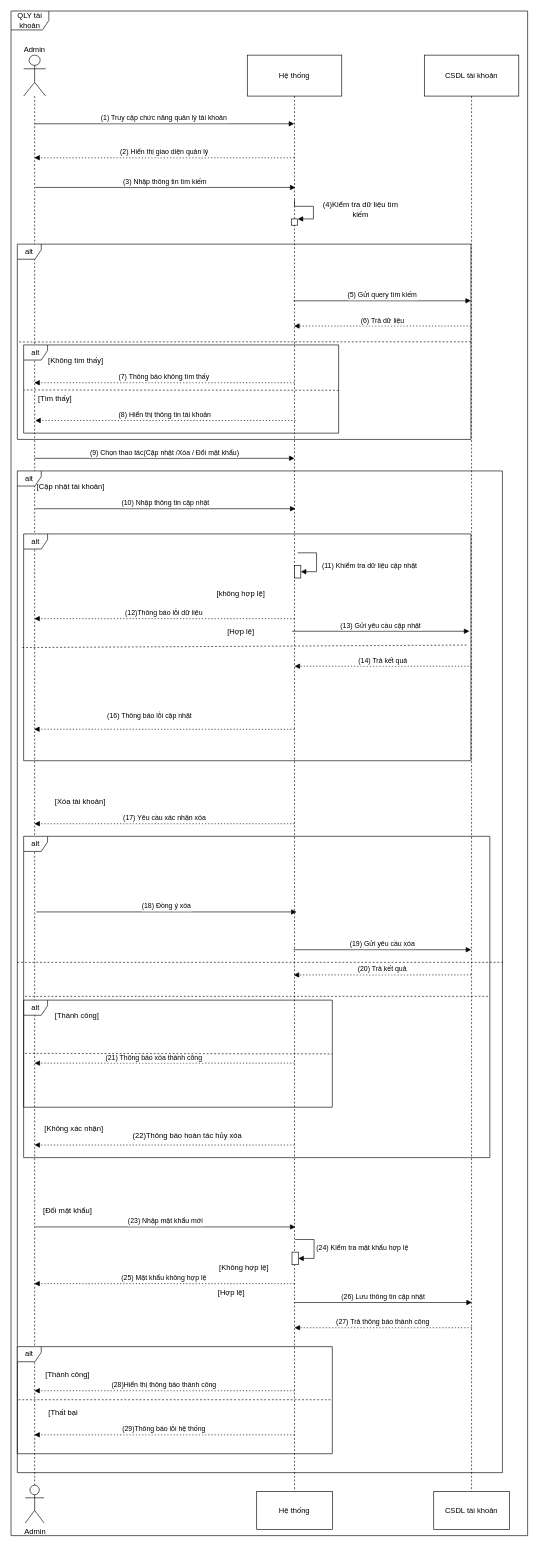
Above: QuanLyTaiKhoan_sequence.drawio in hoangda24312/Group4-DesigningSystem (draw.io), before the change. Source tidied: cells renumbered, new cells numbered last; positions are measured from the earlier drawing's top-left corner, leaving out a move shared by most shapes. Both pictures are drawn from the tidied source at 63%, with x=0, y=0 at pixel (11, 11).
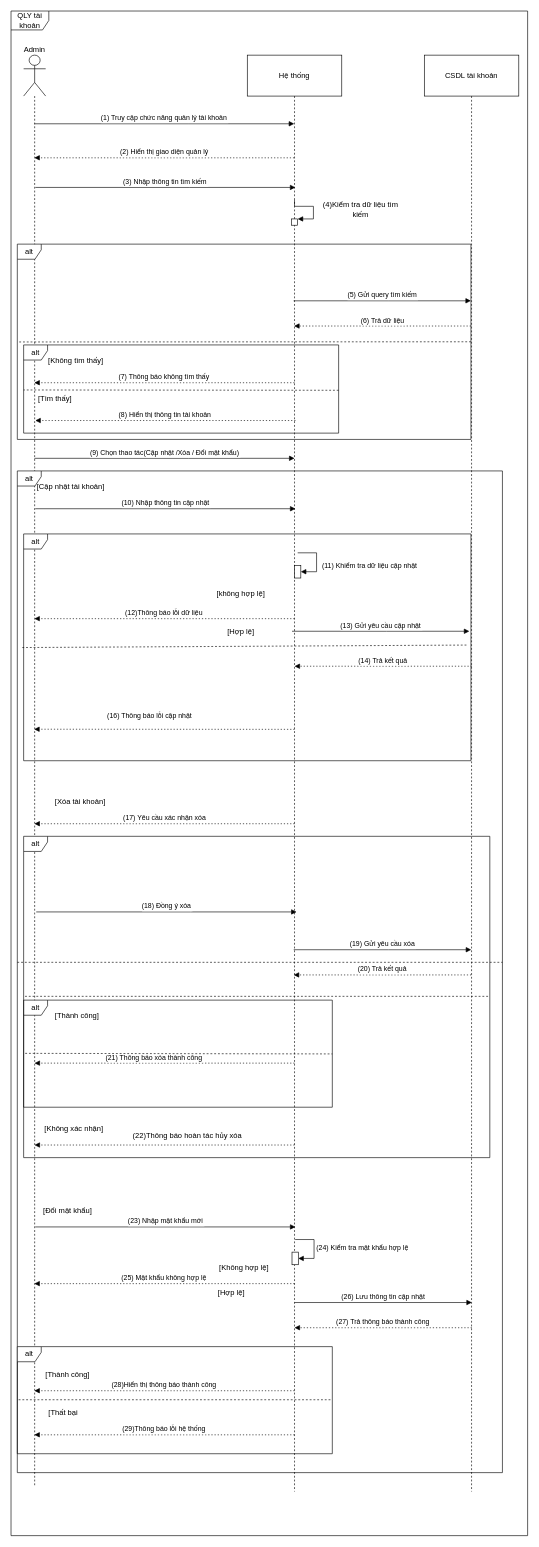
Above is the later version.

Diff of the diagram source:
```diff
@@
-    <mxCell id="41" value="Admin" style="shape=umlActor;verticalLabelPosition=bottom;verticalAlign=top;html=1;" parent="1" vertex="1">
-      <mxGeometry x="22.5" y="2340" width="30" height="60" as="geometry" />
-    </mxCell>
-    <mxCell id="42" value="Hệ thống" style="rounded=0;whiteSpace=wrap;html=1;" parent="1" vertex="1">
-      <mxGeometry x="390" y="2350" width="120" height="60" as="geometry" />
-    </mxCell>
-    <mxCell id="43" value="CSDL tài khoản" style="rounded=0;whiteSpace=wrap;html=1;" parent="1" vertex="1">
-      <mxGeometry x="671" y="2350" width="120" height="60" as="geometry" />
-    </mxCell>
```
